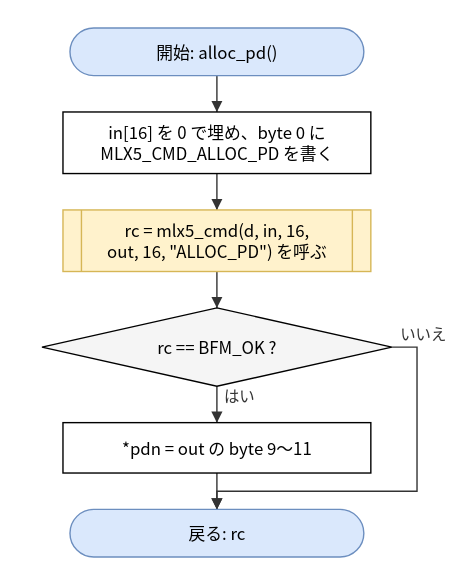
This is doc/spec/images/flow_src_mlx5_hca-alloc_pd.drawio.svg from hf355051012-ai/bfmem, a draw.io export, as it was before one commit. Source tidied: cells renumbered, new cells last; positions are measured from the earlier drawing's top-left corner, leaving out a move shared by most shapes.
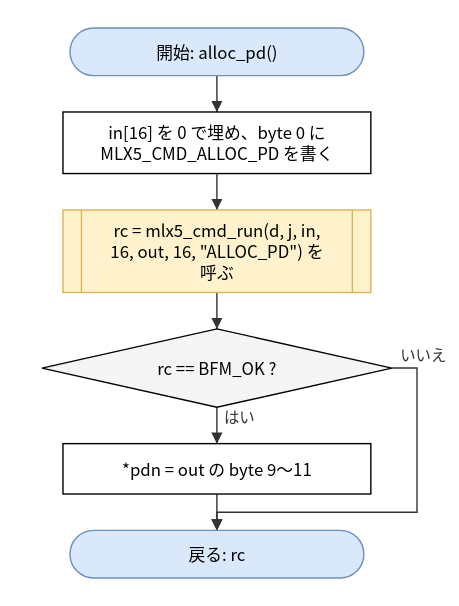
Above is the later version.

What changed in the source:
```diff
@@ -8,17 +8,17 @@
     <mxCell id="3" value="in[16] を 0 で埋め、byte 0 に&lt;br&gt;MLX5_CMD_ALLOC_PD を書く" style="rounded=0;whiteSpace=wrap;html=1;" parent="1" vertex="1">
       <mxGeometry x="15" y="60" width="220" height="44" as="geometry" />
     </mxCell>
-    <mxCell id="4" value="rc = mlx5_cmd(d, in, 16,&lt;br&gt;out, 16, &amp;quot;ALLOC_PD&amp;quot;) を呼ぶ" style="shape=process;whiteSpace=wrap;html=1;backgroundOutline=1;size=0.06;fillColor=#fff2cc;strokeColor=#d6b656;" parent="1" vertex="1">
-      <mxGeometry x="15" y="130" width="220" height="44" as="geometry" />
+    <mxCell id="4" value="rc = mlx5_cmd_run(d, j, in,&lt;br&gt;16, out, 16, &amp;quot;ALLOC_PD&amp;quot;) を&lt;br&gt;呼ぶ" style="shape=process;whiteSpace=wrap;html=1;backgroundOutline=1;size=0.06;fillColor=#fff2cc;strokeColor=#d6b656;" parent="1" vertex="1">
+      <mxGeometry x="15" y="130" width="220" height="59" as="geometry" />
     </mxCell>
     <mxCell id="5" value="rc == BFM_OK ?" style="rhombus;whiteSpace=wrap;html=1;fillColor=#f5f5f5;" parent="1" vertex="1">
-      <mxGeometry y="200" width="250" height="56" as="geometry" />
+      <mxGeometry y="215" width="250" height="56" as="geometry" />
     </mxCell>
     <mxCell id="6" value="*pdn = out の byte 9〜11" style="rounded=0;whiteSpace=wrap;html=1;" parent="1" vertex="1">
-      <mxGeometry x="15" y="282" width="220" height="36" as="geometry" />
+      <mxGeometry x="15" y="297" width="220" height="36" as="geometry" />
     </mxCell>
     <mxCell id="7" value="戻る: rc" style="rounded=1;arcSize=50;whiteSpace=wrap;html=1;fillColor=#dae8fc;strokeColor=#6c8ebf;" parent="1" vertex="1">
-      <mxGeometry x="20" y="344" width="210" height="34" as="geometry" />
+      <mxGeometry x="20" y="359" width="210" height="34" as="geometry" />
     </mxCell>
     <mxCell id="8" style="edgeStyle=none;html=1;rounded=0;endArrow=block;endFill=1;exitX=0.5000;exitY=1.0000;exitDx=0;exitDy=0;exitPerimeter=0;entryX=0.5000;entryY=0.0000;entryDx=0;entryDy=0;entryPerimeter=0;" parent="1" edge="1" source="2" target="3">
       <mxGeometry relative="1" as="geometry" />
@@ -38,9 +38,9 @@
     <mxCell id="13" value="いいえ" style="edgeStyle=none;html=1;rounded=0;endArrow=block;endFill=1;exitX=1.0000;exitY=0.5000;exitDx=0;exitDy=0;exitPerimeter=0;entryX=0.5000;entryY=0.0000;entryDx=0;entryDy=0;entryPerimeter=0;" parent="1" edge="1" source="5" target="7">
       <mxGeometry relative="1" as="geometry">
         <Array as="points">
-          <mxPoint x="268" y="228" />
-          <mxPoint x="268" y="331" />
-          <mxPoint x="125" y="331" />
+          <mxPoint x="268" y="243" />
+          <mxPoint x="268" y="346" />
+          <mxPoint x="125" y="346" />
         </Array>
       </mxGeometry>
     </mxCell>
```
